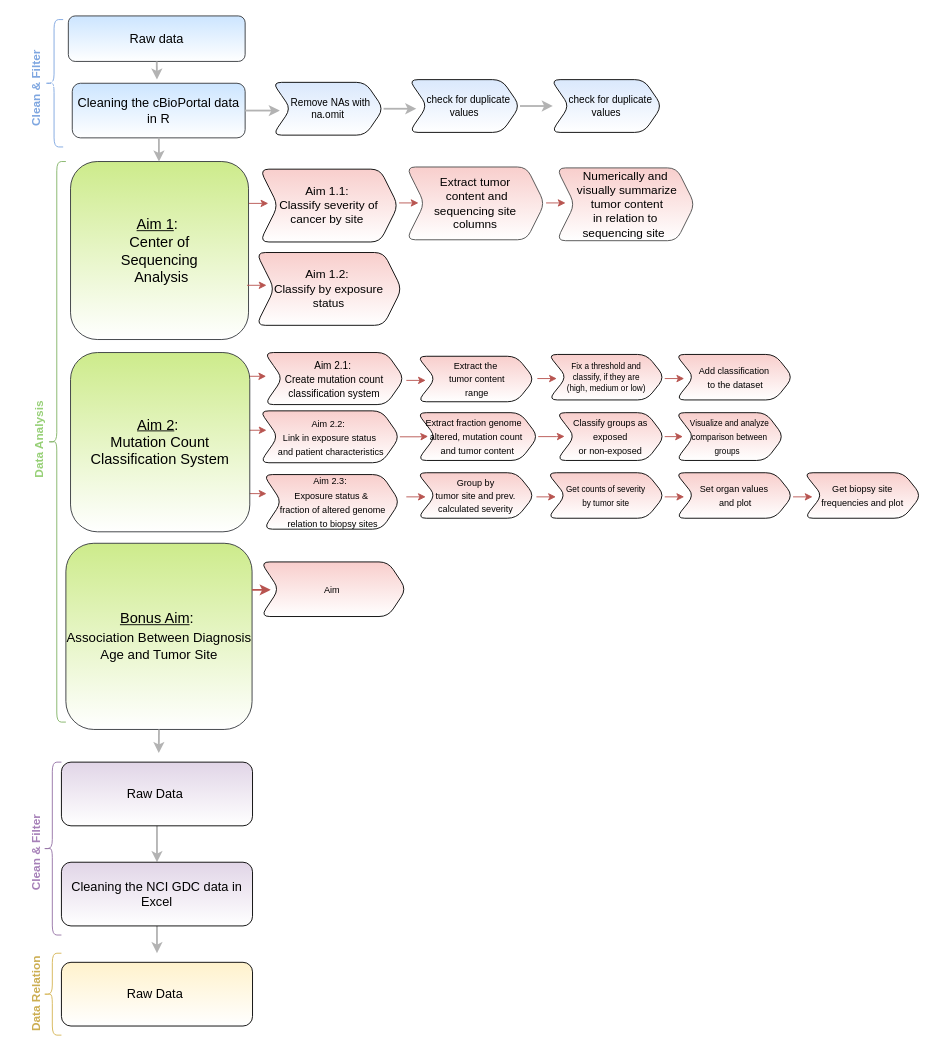
This is Pipeline_Image.drawio from aiy-wish/Data-Wrangling-Project, a draw.io file, before an edit. Source tidied: cells renumbered, new cells numbered last; positions are measured from the earlier drawing's top-left corner, leaving out a move shared by most shapes. Both pictures are drawn from the tidied source at 91%, with x=0, y=0 at pixel (-10, 15).
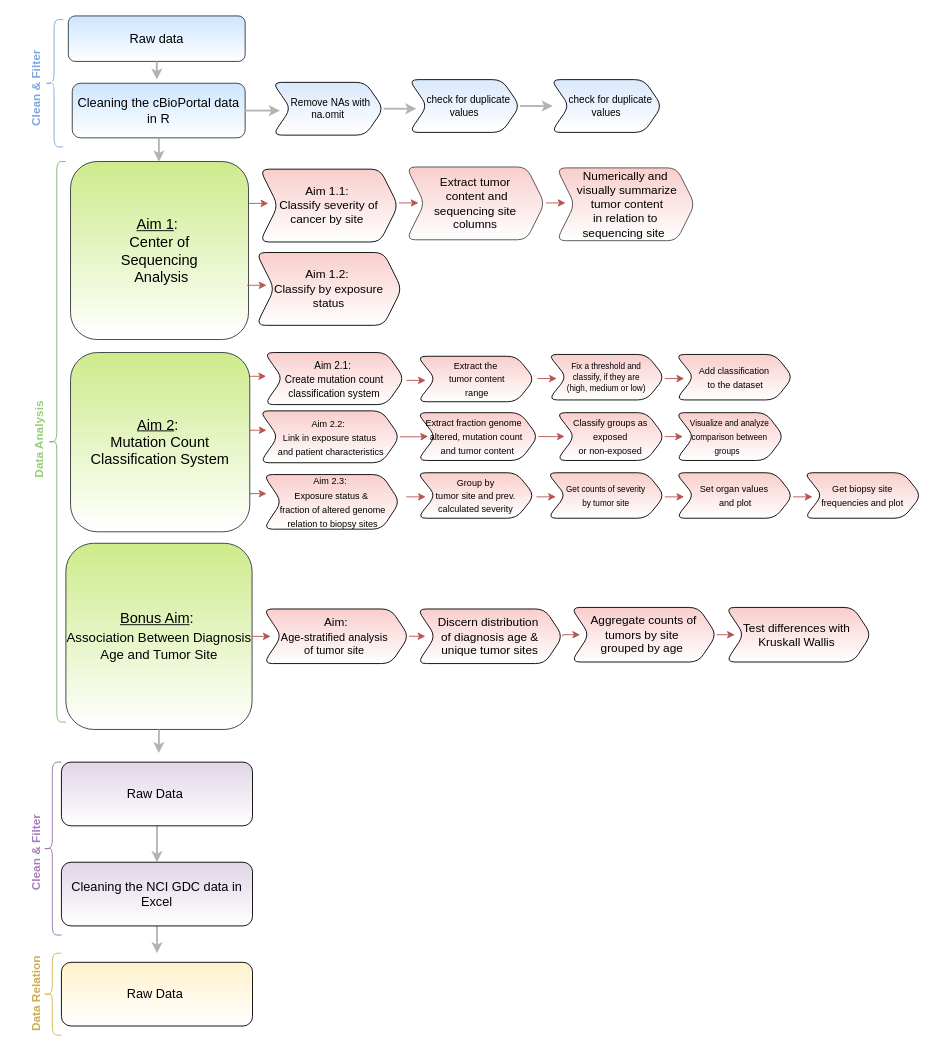
The same page after the edit.

The change refers to these unchanged cells:
```xml
<mxCell id="3" style="group;" parent="2" vertex="1">
  <mxGeometry x="41" width="560" height="780" as="geometry" />
</mxCell>
<mxCell id="23" value="&lt;font style=&quot;font-size: 16px&quot;&gt;&lt;u&gt;Bonus Aim&lt;/u&gt;:&amp;nbsp;&lt;br&gt;&lt;span id=&quot;docs-internal-guid-02cd7383-7fff-e907-d800-ce4748073192&quot;&gt;&lt;span style=&quot;font-size: 10.9091pt ; font-family: &amp;#34;arial&amp;#34; ; background-color: transparent ; vertical-align: baseline&quot;&gt;Association Between Diagnosis Age and Tumor Site&lt;/span&gt;&lt;/span&gt;&lt;br&gt;&lt;/font&gt;" style="whiteSpace=wrap;html=1;fontSize=12;fillColor=#cdeb8b;align=center;fontStyle=0;strokeColor=#36393d;rounded=1;gradientColor=#ffffff;" parent="3" vertex="1">
  <mxGeometry x="13.9" y="575.5" width="204.6" height="204.6" as="geometry" />
</mxCell>
```

Change to the diagram source:
```diff
@@
-    <mxCell id="33" value="&lt;span style=&quot;font-size: 10px&quot;&gt;Aim&amp;nbsp;&lt;/span&gt;" style="shape=step;perimeter=stepPerimeter;whiteSpace=wrap;html=1;fixedSize=1;rounded=1;fontSize=13;verticalAlign=middle;fillColor=#f8cecc;strokeColor=default;gradientColor=#ffffff;" parent="3" vertex="1">
-      <mxGeometry x="228" y="596" width="160" height="60" as="geometry" />
+    <mxCell id="33" value="Aim:&lt;br&gt;&lt;font style=&quot;font-size: 12px&quot;&gt;Age-stratified analysis&amp;nbsp;&lt;br&gt;of tumor site&lt;/font&gt;&amp;nbsp;" style="shape=step;perimeter=stepPerimeter;whiteSpace=wrap;html=1;fixedSize=1;rounded=1;fontSize=13;verticalAlign=middle;fillColor=#f8cecc;strokeColor=default;gradientColor=#ffffff;" parent="3" vertex="1">
+      <mxGeometry x="230.9" y="647.7" width="160" height="60" as="geometry" />
     </mxCell>
@@
+    <mxCell id="68" value="Discern distribution&amp;nbsp;&lt;br&gt;of diagnosis age &amp;amp;&lt;br&gt;unique tumor sites" style="shape=step;perimeter=stepPerimeter;whiteSpace=wrap;html=1;fixedSize=1;rounded=1;fontSize=13;verticalAlign=middle;fillColor=#f8cecc;strokeColor=default;gradientColor=#ffffff;" parent="3" vertex="1">
+      <mxGeometry x="400" y="647.7" width="160" height="60" as="geometry" />
+    </mxCell>
@@
-    <mxCell id="52" style="edgeStyle=orthogonalEdgeStyle;rounded=0;jettySize=auto;html=1;exitX=1;exitY=0.25;exitDx=0;exitDy=0;fontSize=10;fontColor=#97D077;strokeColor=#b85450;strokeWidth=2;fillColor=#f8cecc;" parent="1" edge="1" source="23">
-      <mxGeometry relative="1" as="geometry">
-        <mxPoint x="308" y="631" as="targetPoint" />
-      </mxGeometry>
-    </mxCell>
@@
+    <mxCell id="69" style="edgeStyle=orthogonalEdgeStyle;rounded=0;jettySize=auto;html=1;exitX=1;exitY=0.5;exitDx=0;exitDy=0;fontSize=10;fillColor=#f8cecc;strokeColor=#b85450;" parent="1" edge="1" source="23">
+      <mxGeometry relative="1" as="geometry">
+        <mxPoint x="308" y="682" as="targetPoint" />
+      </mxGeometry>
+    </mxCell>
+    <mxCell id="70" style="edgeStyle=orthogonalEdgeStyle;rounded=0;jettySize=auto;html=1;exitX=1;exitY=0.5;exitDx=0;exitDy=0;fontSize=12;fillColor=#f8cecc;strokeColor=#b85450;" parent="1" edge="1" source="33">
+      <mxGeometry relative="1" as="geometry">
+        <mxPoint x="478" y="682" as="targetPoint" />
+      </mxGeometry>
+    </mxCell>
+    <mxCell id="71" style="edgeStyle=orthogonalEdgeStyle;rounded=0;jettySize=auto;html=1;exitX=1;exitY=0.5;exitDx=0;exitDy=0;fontSize=12;fillColor=#f8cecc;strokeColor=#b85450;" parent="1" edge="1" source="72">
+      <mxGeometry relative="1" as="geometry">
+        <mxPoint x="818" y="680" as="targetPoint" />
+      </mxGeometry>
+    </mxCell>
+    <mxCell id="72" value="Aggregate counts of&lt;br&gt;tumors by site&amp;nbsp;&lt;br&gt;grouped by age&amp;nbsp;" style="shape=step;perimeter=stepPerimeter;whiteSpace=wrap;html=1;fixedSize=1;rounded=1;fontSize=13;verticalAlign=middle;fillColor=#f8cecc;strokeColor=default;gradientColor=#ffffff;" parent="1" vertex="1">
+      <mxGeometry x="638" y="650" width="160" height="60" as="geometry" />
+    </mxCell>
+    <mxCell id="73" style="edgeStyle=orthogonalEdgeStyle;rounded=0;jettySize=auto;html=1;exitX=1;exitY=0.5;exitDx=0;exitDy=0;fontSize=12;" parent="1" edge="1" source="68">
+      <mxGeometry relative="1" as="geometry">
+        <mxPoint x="629" y="682" as="targetPoint" />
+      </mxGeometry>
+    </mxCell>
+    <mxCell id="74" style="edgeStyle=orthogonalEdgeStyle;rounded=0;jettySize=auto;html=1;exitX=1;exitY=0.5;exitDx=0;exitDy=0;fontSize=12;" parent="1" edge="1" source="68">
+      <mxGeometry relative="1" as="geometry">
+        <mxPoint x="629" y="682" as="targetPoint" />
+      </mxGeometry>
+    </mxCell>
+    <mxCell id="75" style="edgeStyle=orthogonalEdgeStyle;rounded=0;jettySize=auto;html=1;exitX=1;exitY=0.5;exitDx=0;exitDy=0;fontSize=12;fillColor=#f8cecc;strokeColor=#b85450;" parent="1" edge="1" source="68">
+      <mxGeometry relative="1" as="geometry">
+        <mxPoint x="648" y="680" as="targetPoint" />
+        <Array as="points">
+          <mxPoint x="629" y="680" />
+        </Array>
+      </mxGeometry>
+    </mxCell>
+    <mxCell id="76" value="Test differences with&amp;nbsp;&lt;br&gt;Kruskall Wallis&amp;nbsp;" style="shape=step;perimeter=stepPerimeter;whiteSpace=wrap;html=1;fixedSize=1;rounded=1;fontSize=13;verticalAlign=middle;fillColor=#f8cecc;strokeColor=default;gradientColor=#ffffff;" parent="1" vertex="1">
+      <mxGeometry x="808" y="650" width="160" height="60" as="geometry" />
+    </mxCell>
```
